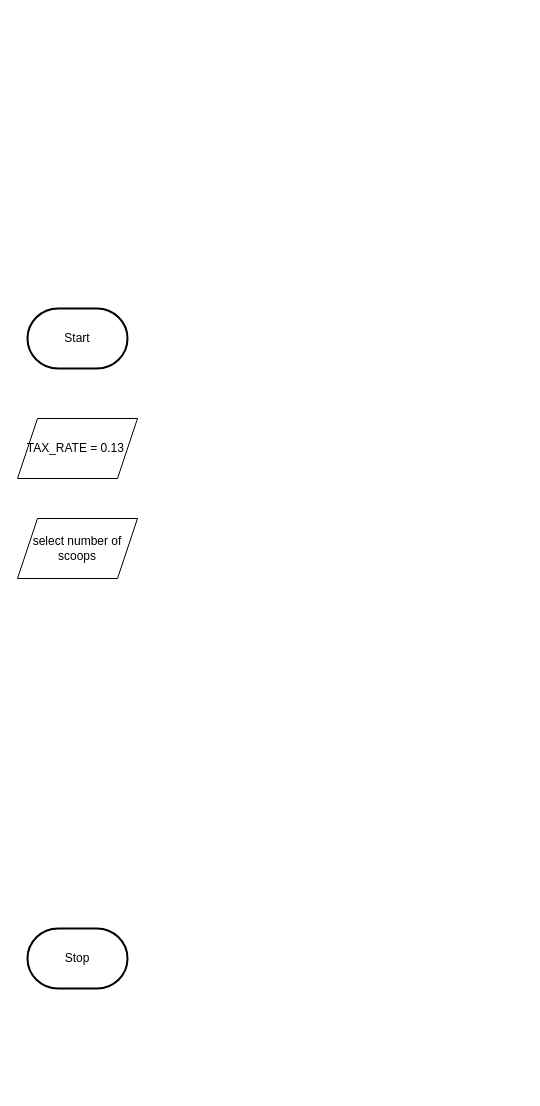
Before: design/flowchart.drawio in MTHS-ICD2O-1-2024/ICD2O-Assignment-04-lynn-lukose-07, a draw.io diagram. Source tidied: cells renumbered, new cells numbered last; positions are measured from the earlier drawing's top-left corner, leaving out a move shared by most shapes. Both pictures are drawn from the tidied source at 100%, with x=0, y=0 at pixel (17, 308).
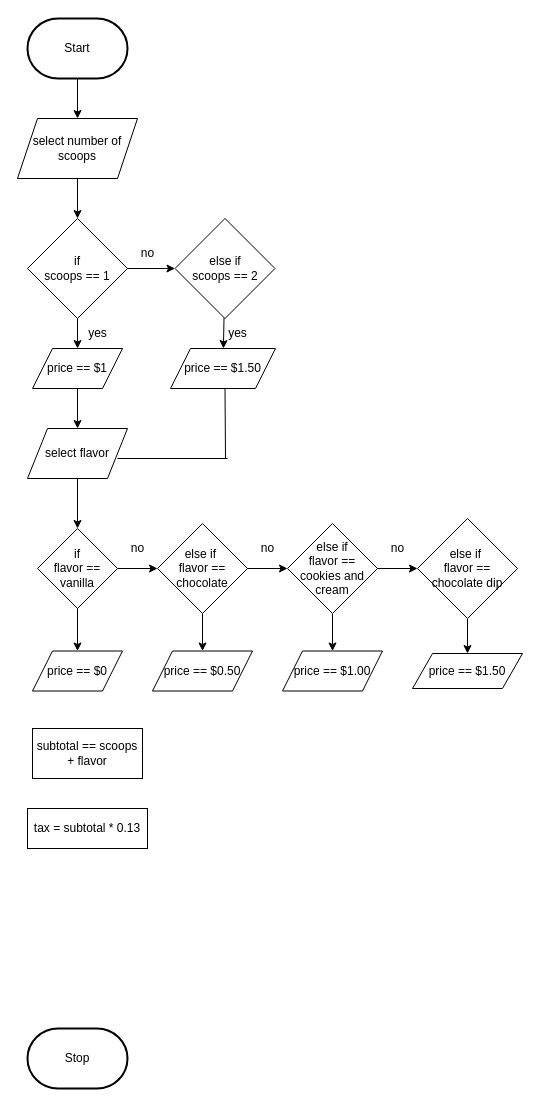
The same diagram, later.

The edit, as a diff of the source:
```diff
@@
     <mxCell id="2" value="Start" style="strokeWidth=2;html=1;shape=mxgraph.flowchart.terminator;whiteSpace=wrap;" parent="1" vertex="1">
-      <mxGeometry x="10" width="100" height="60" as="geometry" />
+      <mxGeometry x="10" y="-290" width="100" height="60" as="geometry" />
     </mxCell>
     <mxCell id="3" value="Stop" style="strokeWidth=2;html=1;shape=mxgraph.flowchart.terminator;whiteSpace=wrap;" parent="1" vertex="1">
-      <mxGeometry x="10" y="620" width="100" height="60" as="geometry" />
+      <mxGeometry x="10" y="720" width="100" height="60" as="geometry" />
     </mxCell>
-    <mxCell id="4" value="TAX_RATE = 0.13&amp;nbsp;" style="shape=parallelogram;perimeter=parallelogramPerimeter;whiteSpace=wrap;html=1;fixedSize=1;" parent="1" vertex="1">
-      <mxGeometry y="110" width="120" height="60" as="geometry" />
-    </mxCell>
+    <mxCell id="6" style="edgeStyle=none;html=1;exitX=0.5;exitY=1;exitDx=0;exitDy=0;exitPerimeter=0;" parent="1" edge="1" source="2" target="5">
+      <mxGeometry relative="1" as="geometry" />
+    </mxCell>
+    <mxCell id="7" style="edgeStyle=none;html=1;" parent="1" edge="1" source="5" target="10">
+      <mxGeometry relative="1" as="geometry" />
+    </mxCell>
     <mxCell id="5" value="select number of scoops" style="shape=parallelogram;perimeter=parallelogramPerimeter;whiteSpace=wrap;html=1;fixedSize=1;" parent="1" vertex="1">
-      <mxGeometry y="210" width="120" height="60" as="geometry" />
+      <mxGeometry y="-190" width="120" height="60" as="geometry" />
     </mxCell>
+    <mxCell id="8" style="edgeStyle=none;html=1;" parent="1" edge="1" source="10" target="12">
+      <mxGeometry relative="1" as="geometry" />
+    </mxCell>
+    <mxCell id="9" style="edgeStyle=none;html=1;" parent="1" edge="1" source="10" target="29">
+      <mxGeometry relative="1" as="geometry" />
+    </mxCell>
+    <mxCell id="10" value="if&lt;div&gt;scoops == 1&lt;/div&gt;" style="rhombus;whiteSpace=wrap;html=1;" parent="1" vertex="1">
+      <mxGeometry x="10" y="-90" width="100" height="100" as="geometry" />
+    </mxCell>
+    <mxCell id="11" style="edgeStyle=none;html=1;" parent="1" edge="1" source="12" target="27">
+      <mxGeometry relative="1" as="geometry" />
+    </mxCell>
+    <mxCell id="12" value="else if&lt;div&gt;scoops == 2&lt;/div&gt;" style="rhombus;whiteSpace=wrap;html=1;" parent="1" vertex="1">
+      <mxGeometry x="157.5" y="-90" width="100" height="100" as="geometry" />
+    </mxCell>
+    <mxCell id="13" value="no" style="text;html=1;align=center;verticalAlign=middle;strokeColor=none;fillColor=none;" parent="1" vertex="1">
+      <mxGeometry x="110" y="-70" width="40" height="30" as="geometry" />
+    </mxCell>
+    <mxCell id="14" style="edgeStyle=none;html=1;" parent="1" edge="1" source="15" target="18">
+      <mxGeometry relative="1" as="geometry" />
+    </mxCell>
+    <mxCell id="15" value="select flavor" style="shape=parallelogram;perimeter=parallelogramPerimeter;whiteSpace=wrap;html=1;fixedSize=1;" parent="1" vertex="1">
+      <mxGeometry x="10" y="120" width="100" height="50" as="geometry" />
+    </mxCell>
+    <mxCell id="16" style="edgeStyle=none;html=1;" parent="1" edge="1" source="18" target="21">
+      <mxGeometry relative="1" as="geometry" />
+    </mxCell>
+    <mxCell id="17" style="edgeStyle=none;html=1;" parent="1" edge="1" source="18" target="40">
+      <mxGeometry relative="1" as="geometry" />
+    </mxCell>
+    <mxCell id="18" value="if&lt;div&gt;flavor == vanilla&lt;/div&gt;" style="rhombus;whiteSpace=wrap;html=1;" parent="1" vertex="1">
+      <mxGeometry x="20" y="220" width="80" height="80" as="geometry" />
+    </mxCell>
+    <mxCell id="19" style="edgeStyle=none;html=1;" parent="1" edge="1" source="21" target="24">
+      <mxGeometry relative="1" as="geometry" />
+    </mxCell>
+    <mxCell id="20" style="edgeStyle=none;html=1;" parent="1" edge="1" source="21" target="39">
+      <mxGeometry relative="1" as="geometry" />
+    </mxCell>
+    <mxCell id="21" value="else if&amp;nbsp;&lt;div&gt;flavor == chocolate&lt;/div&gt;" style="rhombus;whiteSpace=wrap;html=1;" parent="1" vertex="1">
+      <mxGeometry x="140" y="215" width="90" height="90" as="geometry" />
+    </mxCell>
+    <mxCell id="22" style="edgeStyle=none;html=1;" parent="1" edge="1" source="24" target="26">
+      <mxGeometry relative="1" as="geometry" />
+    </mxCell>
+    <mxCell id="23" style="edgeStyle=none;html=1;" parent="1" edge="1" source="24" target="38">
+      <mxGeometry relative="1" as="geometry" />
+    </mxCell>
+    <mxCell id="24" value="else if&lt;div&gt;flavor == cookies and cream&lt;/div&gt;" style="rhombus;whiteSpace=wrap;html=1;" parent="1" vertex="1">
+      <mxGeometry x="270" y="215" width="90" height="90" as="geometry" />
+    </mxCell>
+    <mxCell id="25" style="edgeStyle=none;html=1;" parent="1" edge="1" source="26" target="37">
+      <mxGeometry relative="1" as="geometry" />
+    </mxCell>
+    <mxCell id="26" value="else if&amp;nbsp;&lt;div&gt;flavor == chocolate dip&lt;/div&gt;" style="rhombus;whiteSpace=wrap;html=1;" parent="1" vertex="1">
+      <mxGeometry x="400" y="210" width="100" height="100" as="geometry" />
+    </mxCell>
+    <mxCell id="27" value="price == $1.50" style="shape=parallelogram;perimeter=parallelogramPerimeter;whiteSpace=wrap;html=1;fixedSize=1;" parent="1" vertex="1">
+      <mxGeometry x="153" y="40" width="105" height="40" as="geometry" />
+    </mxCell>
+    <mxCell id="28" style="edgeStyle=none;html=1;" parent="1" edge="1" source="29" target="15">
+      <mxGeometry relative="1" as="geometry" />
+    </mxCell>
+    <mxCell id="29" value="price == $1" style="shape=parallelogram;perimeter=parallelogramPerimeter;whiteSpace=wrap;html=1;fixedSize=1;" parent="1" vertex="1">
+      <mxGeometry x="15" y="40" width="90" height="40" as="geometry" />
+    </mxCell>
+    <mxCell id="30" value="yes" style="text;html=1;align=center;verticalAlign=middle;strokeColor=none;fillColor=none;" parent="1" vertex="1">
+      <mxGeometry x="200" y="10" width="40" height="30" as="geometry" />
+    </mxCell>
+    <mxCell id="31" value="yes" style="text;html=1;align=center;verticalAlign=middle;strokeColor=none;fillColor=none;" parent="1" vertex="1">
+      <mxGeometry x="60" y="10" width="40" height="30" as="geometry" />
+    </mxCell>
+    <mxCell id="32" style="endArrow=none;html=1;" parent="1" edge="1">
+      <mxGeometry relative="1" as="geometry">
+        <mxPoint x="208" y="150" as="sourcePoint" />
+        <mxPoint x="207.5" y="80" as="targetPoint" />
+      </mxGeometry>
+    </mxCell>
+    <mxCell id="33" style="endArrow=none;html=1;" parent="1" edge="1">
+      <mxGeometry relative="1" as="geometry">
+        <mxPoint x="100" y="150" as="sourcePoint" />
+        <mxPoint x="210" y="150" as="targetPoint" />
+      </mxGeometry>
+    </mxCell>
+    <mxCell id="34" value="no" style="text;html=1;align=center;verticalAlign=middle;strokeColor=none;fillColor=none;" parent="1" vertex="1">
+      <mxGeometry x="100" y="225" width="40" height="30" as="geometry" />
+    </mxCell>
+    <mxCell id="35" value="no" style="text;html=1;align=center;verticalAlign=middle;strokeColor=none;fillColor=none;" parent="1" vertex="1">
+      <mxGeometry x="230" y="225" width="40" height="30" as="geometry" />
+    </mxCell>
+    <mxCell id="36" value="no" style="text;html=1;align=center;verticalAlign=middle;strokeColor=none;fillColor=none;" parent="1" vertex="1">
+      <mxGeometry x="360" y="225" width="40" height="30" as="geometry" />
+    </mxCell>
+    <mxCell id="37" value="price == $1.50" style="shape=parallelogram;perimeter=parallelogramPerimeter;whiteSpace=wrap;html=1;fixedSize=1;" parent="1" vertex="1">
+      <mxGeometry x="395" y="345" width="110" height="35" as="geometry" />
+    </mxCell>
+    <mxCell id="38" value="price == $1.00" style="shape=parallelogram;perimeter=parallelogramPerimeter;whiteSpace=wrap;html=1;fixedSize=1;" parent="1" vertex="1">
+      <mxGeometry x="265" y="342.5" width="100" height="40" as="geometry" />
+    </mxCell>
+    <mxCell id="39" value="price == $0.50" style="shape=parallelogram;perimeter=parallelogramPerimeter;whiteSpace=wrap;html=1;fixedSize=1;" parent="1" vertex="1">
+      <mxGeometry x="135" y="342.5" width="100" height="40" as="geometry" />
+    </mxCell>
+    <mxCell id="40" value="price == $0" style="shape=parallelogram;perimeter=parallelogramPerimeter;whiteSpace=wrap;html=1;fixedSize=1;" parent="1" vertex="1">
+      <mxGeometry x="15" y="342.5" width="90" height="40" as="geometry" />
+    </mxCell>
+    <mxCell id="41" value="subtotal == scoops + flavor" style="rounded=0;whiteSpace=wrap;html=1;" parent="1" vertex="1">
+      <mxGeometry x="15" y="420" width="110" height="50" as="geometry" />
+    </mxCell>
+    <mxCell id="42" value="tax = subtotal * 0.13" style="rounded=0;whiteSpace=wrap;html=1;" parent="1" vertex="1">
+      <mxGeometry x="10" y="500" width="120" height="40" as="geometry" />
+    </mxCell>
```
